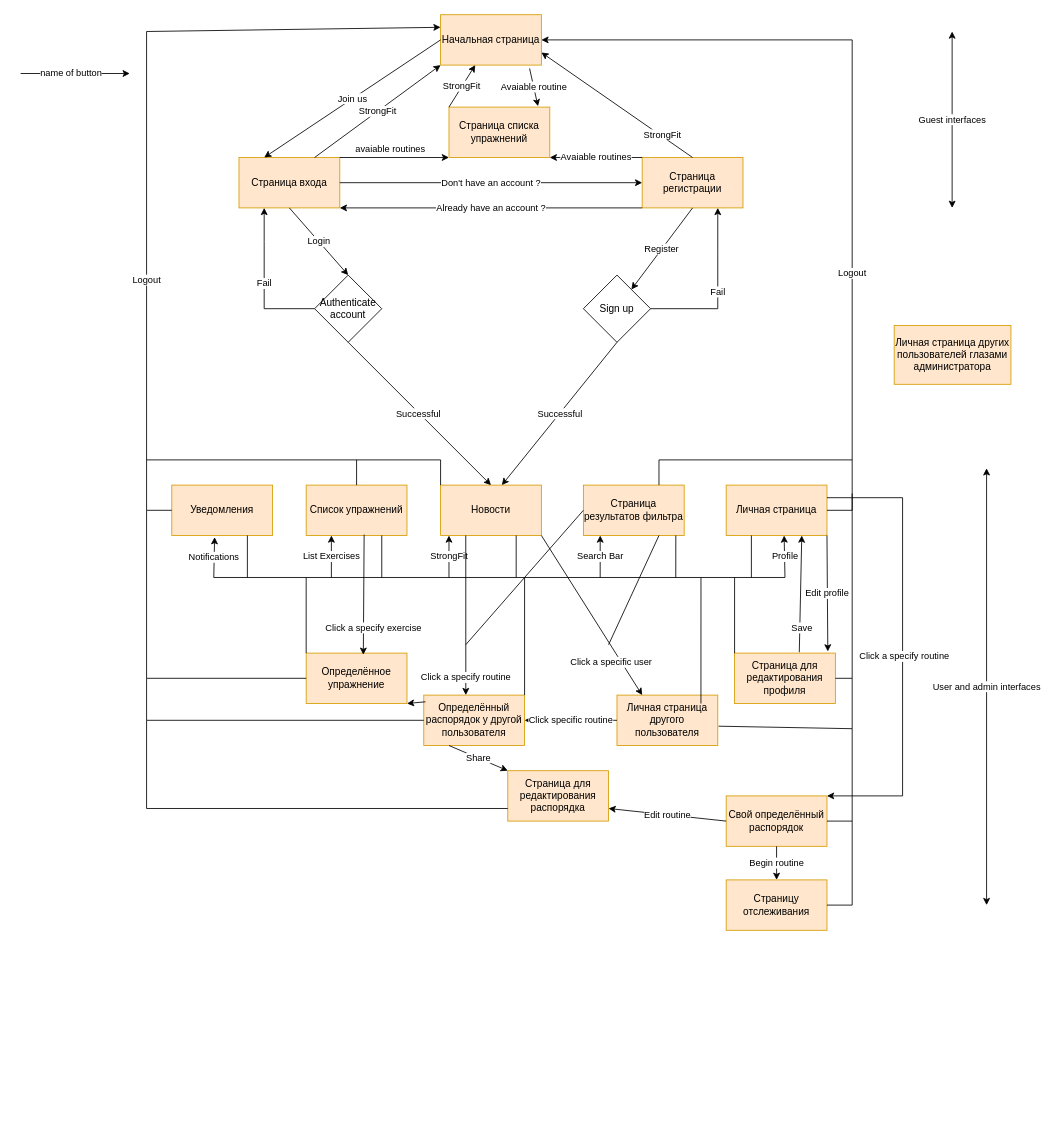
Above: Diagrams/UI Diagram.drawio in Maybenex1ime/Web_Project_Autumn_2021 (draw.io), before the change. Source tidied: cells renumbered, new cells numbered last; positions are measured from the earlier drawing's top-left corner, leaving out a move shared by most shapes. Both pictures are drawn from the tidied source at 84%, with x=0, y=0 at pixel (20, 14).
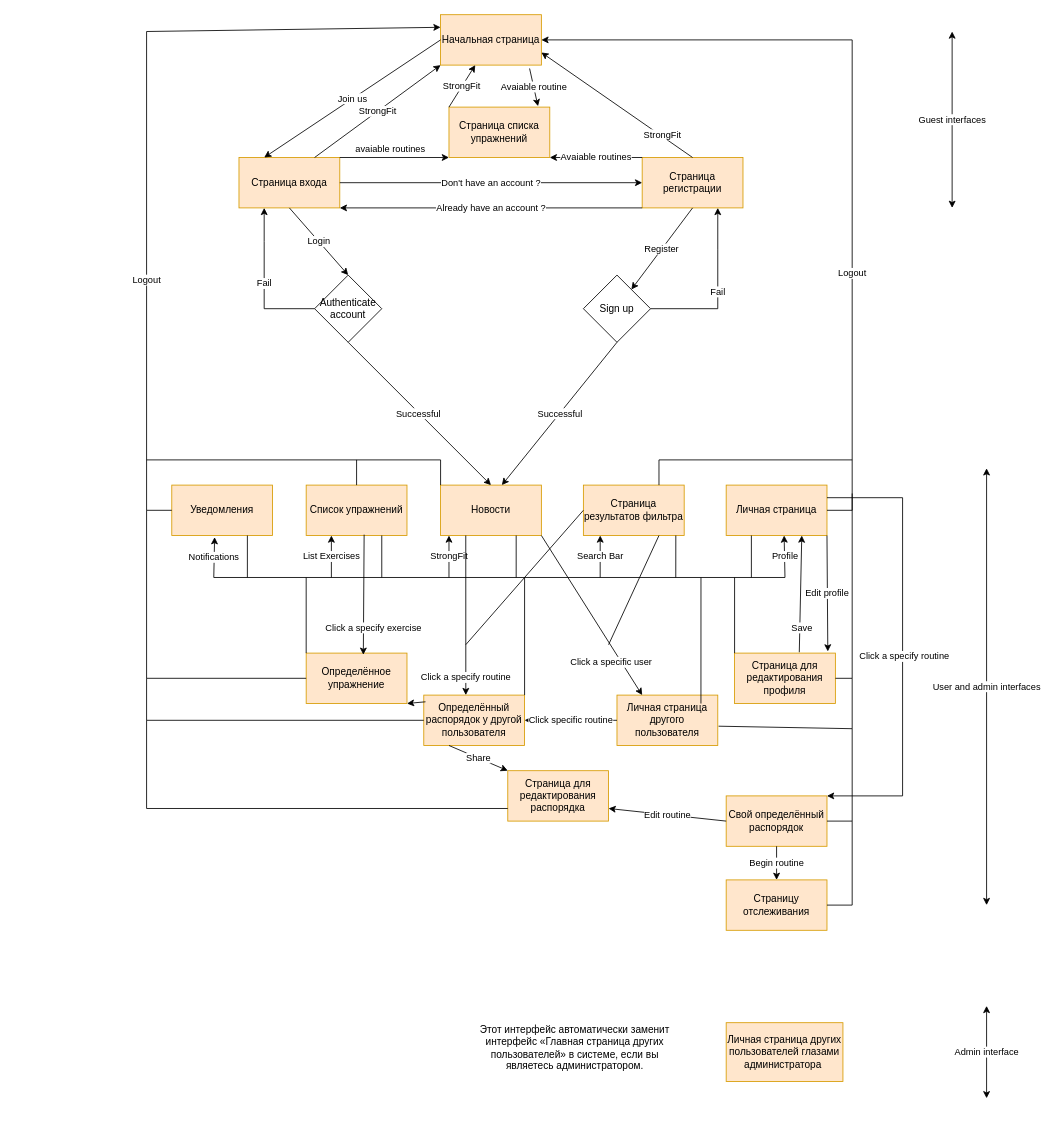
Above is the later version.

What changed in the source:
```diff
@@
-    <mxCell id="18" value="Личная страница других пользователей глазами администратора" style="rounded=0;whiteSpace=wrap;html=1;fillColor=#ffe6cc;strokeColor=#d79b00;" parent="1" vertex="1">
-      <mxGeometry x="1040" y="370" width="139" height="70" as="geometry" />
+    <mxCell id="18" value="Личная страница других пользователей глазами администратора&amp;nbsp;" style="rounded=0;whiteSpace=wrap;html=1;fillColor=#ffe6cc;strokeColor=#d79b00;" parent="1" vertex="1">
+      <mxGeometry x="840" y="1200" width="139" height="70" as="geometry" />
     </mxCell>
@@
-    <mxCell id="32" value="name of button" style="endArrow=classic;html=1;rounded=0;" parent="1" edge="1">
-      <mxGeometry x="-0.08" relative="1" as="geometry">
-        <mxPoint y="70" as="sourcePoint" />
-        <mxPoint x="130" y="70" as="targetPoint" />
-      </mxGeometry>
-    </mxCell>
@@
+    <mxCell id="82" value="Admin interface" style="endArrow=classic;startArrow=classic;html=1;rounded=0;" parent="1" edge="1">
+      <mxGeometry relative="1" as="geometry">
+        <mxPoint x="1150" y="1290" as="sourcePoint" />
+        <mxPoint x="1150" y="1180" as="targetPoint" />
+      </mxGeometry>
+    </mxCell>
+    <mxCell id="83" value="Этот интерфейс&amp;nbsp;автоматически заменит интерфейс «Главная страница других пользователей» в системе, если вы являетесь администратором." style="text;html=1;strokeColor=none;fillColor=none;align=center;verticalAlign=middle;whiteSpace=wrap;rounded=0;" parent="1" vertex="1">
+      <mxGeometry x="530" y="1190" width="260" height="80" as="geometry" />
+    </mxCell>
```
